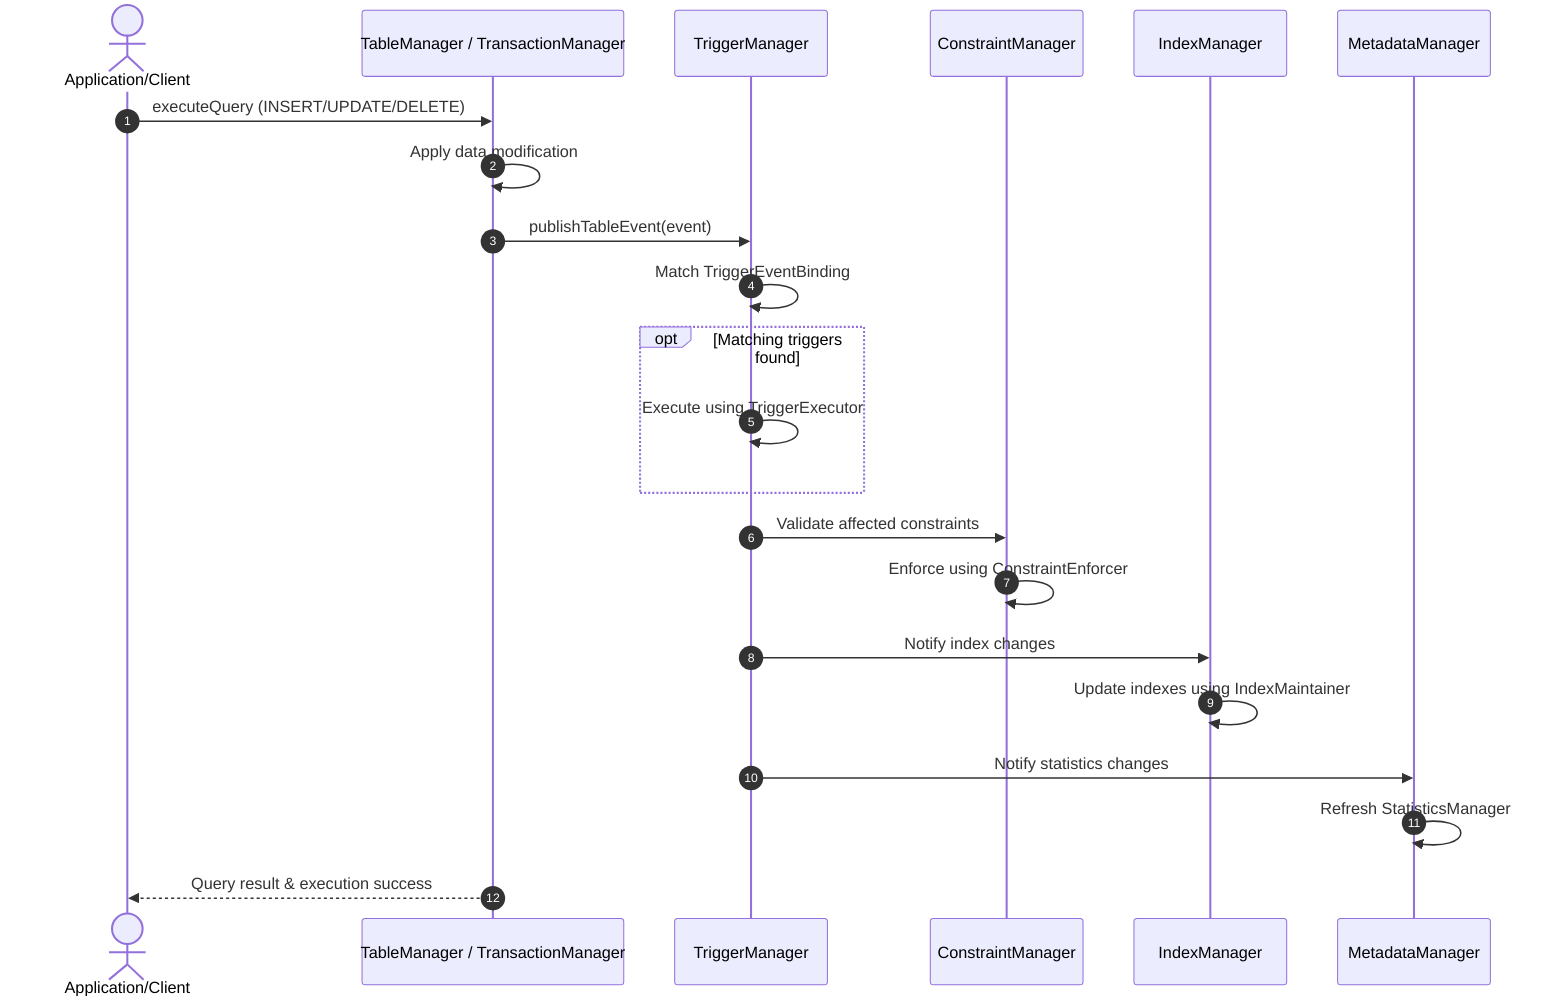
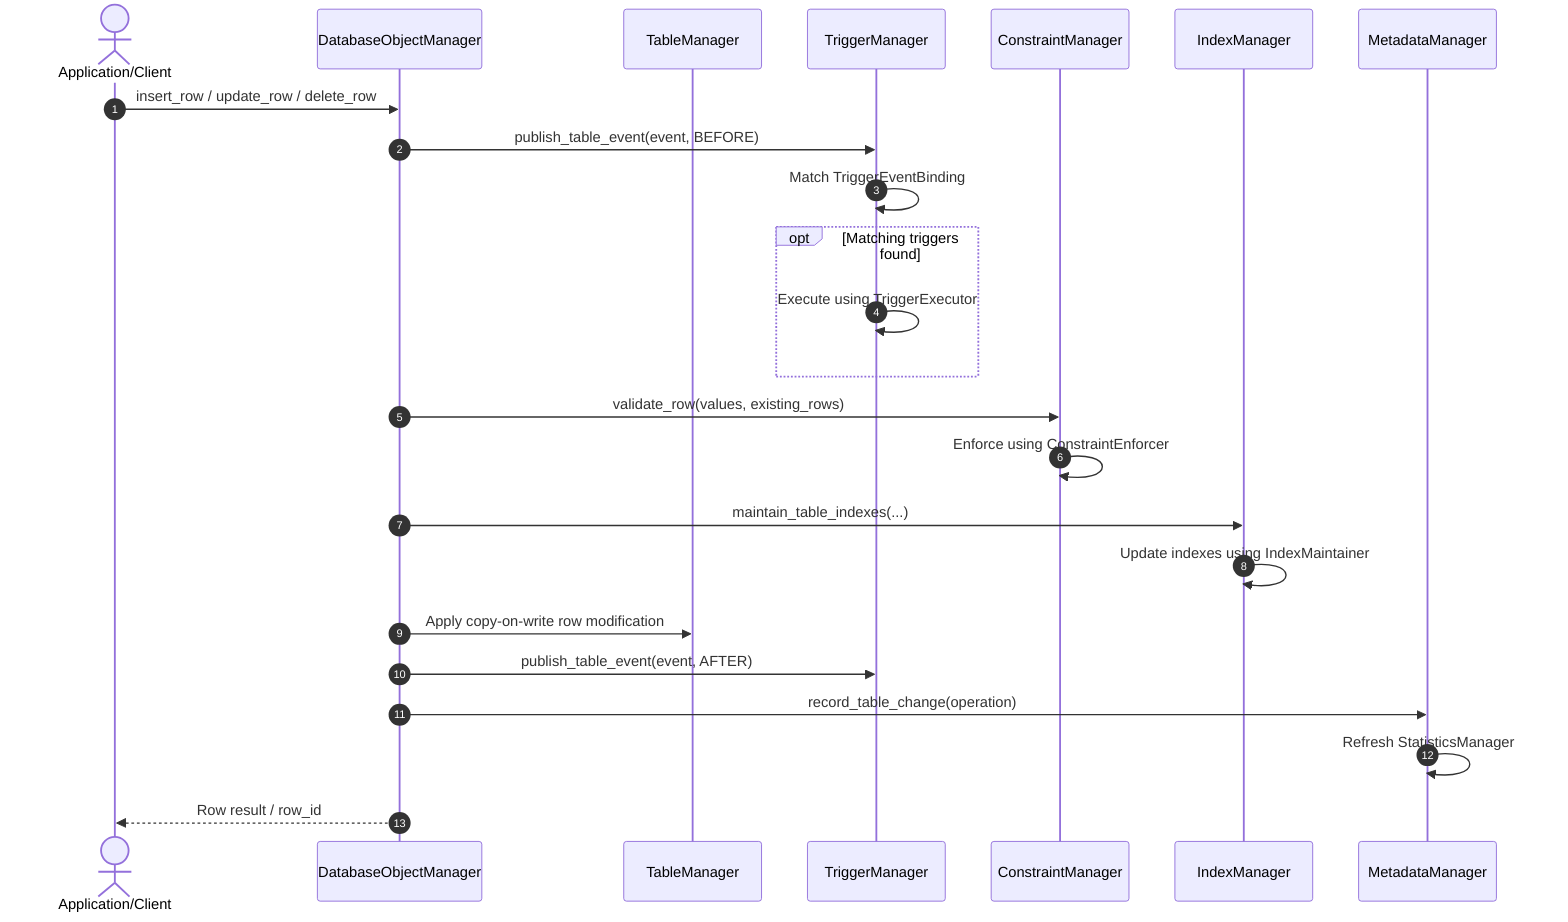
sequenceDiagram
    autonumber
    actor Client as Application/Client
-     participant TM as TableManager / TransactionManager
+     participant DOM as DatabaseObjectManager
+     participant TM as TableManager
    participant TRM as TriggerManager
    participant CSM as ConstraintManager
    participant IM as IndexManager
    participant MM as MetadataManager

-     Client->>TM: executeQuery (INSERT/UPDATE/DELETE)
-     TM->>TM: Apply data modification
+     Client->>DOM: insert_row / update_row / delete_row

    %% Trigger execution phase
-     TM->>TRM: publishTableEvent(event)
+     DOM->>TRM: publish_table_event(event, BEFORE)
    TRM->>TRM: Match TriggerEventBinding

    opt Matching triggers found
        TRM->>TRM: Execute using TriggerExecutor
    end

    %% Constraint enforcement phase
-     TRM->>CSM: Validate affected constraints
+     DOM->>CSM: validate_row(values, existing_rows)
    CSM->>CSM: Enforce using ConstraintEnforcer

    %% Index updating phase
-     TRM->>IM: Notify index changes
+     DOM->>IM: maintain_table_indexes(...)
    IM->>IM: Update indexes using IndexMaintainer

    %% Metadata & Stats phase
-     TRM->>MM: Notify statistics changes
+     DOM->>TM: Apply copy-on-write row modification
+     DOM->>TRM: publish_table_event(event, AFTER)
+     DOM->>MM: record_table_change(operation)
    MM->>MM: Refresh StatisticsManager

-     TM-->>Client: Query result & execution success
+     DOM-->>Client: Row result / row_id
